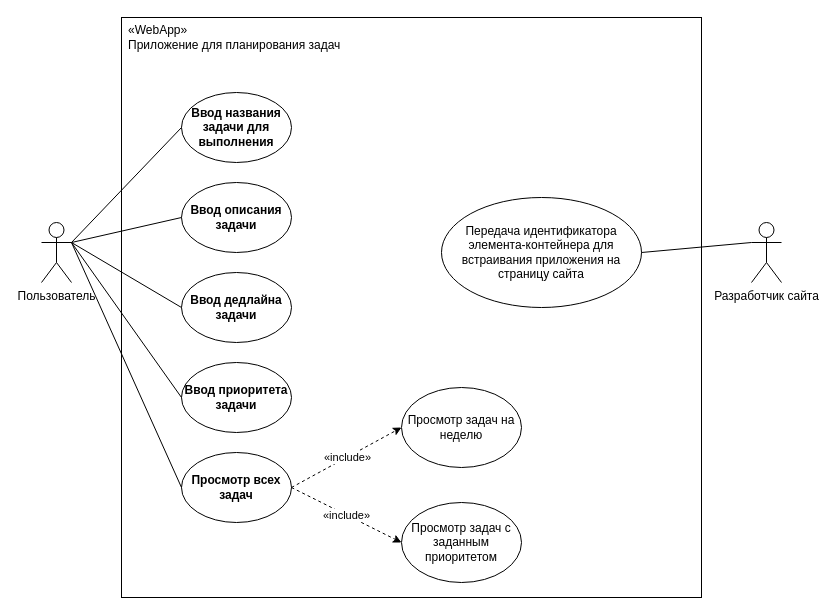
Earlier version of the draw.io diagram ДемковМихаил.drawio (mkdemkov/JS_hw1). Source tidied: cells renumbered, new cells numbered last; positions are measured from the earlier drawing's top-left corner, leaving out a move shared by most shapes. Both pictures are drawn from the tidied source at 100%, with x=0, y=0 at pixel (41, 17).
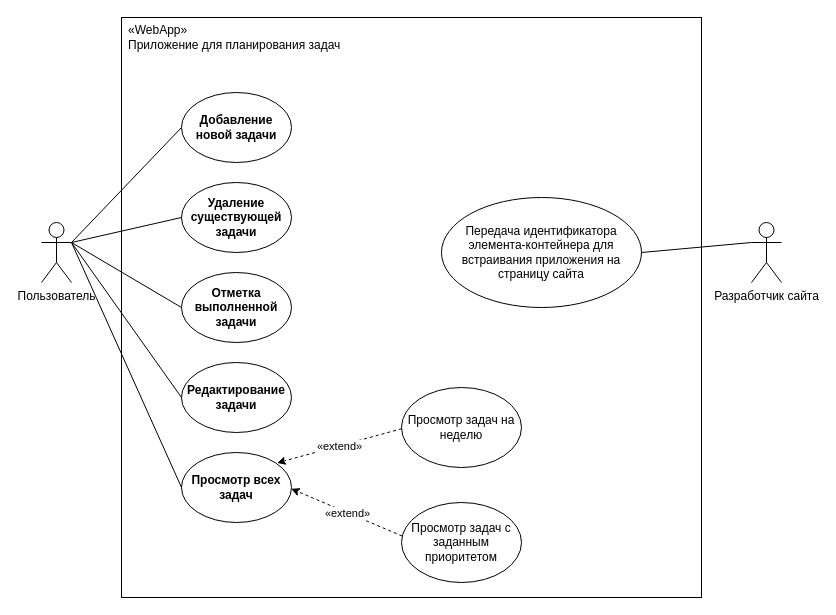
After the change.

The change refers to these unchanged cells:
```xml
<mxCell id="12" value="&lt;b&gt;Просмотр всех задач&lt;/b&gt;" style="ellipse;whiteSpace=wrap;html=1;" parent="1" vertex="1">
  <mxGeometry x="140" y="435" width="110" height="70" as="geometry" />
</mxCell>
<mxCell id="14" value="Просмотр задач на неделю" style="ellipse;whiteSpace=wrap;html=1;" parent="1" vertex="1">
  <mxGeometry x="360" y="370" width="120" height="80" as="geometry" />
</mxCell>
<mxCell id="15" value="Просмотр задач с заданным приоритетом" style="ellipse;whiteSpace=wrap;html=1;" parent="1" vertex="1">
  <mxGeometry x="360" y="485" width="120" height="80" as="geometry" />
</mxCell>
```

What changed in the source:
```diff
@@
-    <mxCell id="4" value="&lt;b&gt;Ввод названия задачи для выполнения&lt;/b&gt;" style="ellipse;whiteSpace=wrap;html=1;" parent="1" vertex="1">
+    <mxCell id="4" value="&lt;b&gt;Добавление новой задачи&lt;/b&gt;" style="ellipse;whiteSpace=wrap;html=1;" parent="1" vertex="1">
       <mxGeometry x="140" y="75" width="110" height="70" as="geometry" />
     </mxCell>
-    <mxCell id="5" value="&lt;b&gt;Ввод описания задачи&lt;/b&gt;" style="ellipse;whiteSpace=wrap;html=1;" parent="1" vertex="1">
+    <mxCell id="5" value="&lt;b&gt;Удаление существующей задачи&lt;/b&gt;" style="ellipse;whiteSpace=wrap;html=1;" parent="1" vertex="1">
       <mxGeometry x="140" y="165" width="110" height="70" as="geometry" />
     </mxCell>
-    <mxCell id="6" value="&lt;b&gt;Ввод дедлайна задачи&lt;/b&gt;" style="ellipse;whiteSpace=wrap;html=1;" parent="1" vertex="1">
+    <mxCell id="6" value="&lt;b&gt;Отметка выполненной задачи&lt;/b&gt;" style="ellipse;whiteSpace=wrap;html=1;" parent="1" vertex="1">
       <mxGeometry x="140" y="255" width="110" height="70" as="geometry" />
     </mxCell>
-    <mxCell id="7" value="&lt;b&gt;Ввод приоритета задачи&lt;/b&gt;" style="ellipse;whiteSpace=wrap;html=1;" parent="1" vertex="1">
+    <mxCell id="7" value="&lt;b&gt;Редактирование задачи&lt;/b&gt;" style="ellipse;whiteSpace=wrap;html=1;" parent="1" vertex="1">
       <mxGeometry x="140" y="345" width="110" height="70" as="geometry" />
     </mxCell>
@@
-    <mxCell id="16" style="endArrow=classic;html=1;rounded=0;exitX=1;exitY=0.5;exitDx=0;exitDy=0;entryX=0;entryY=0.5;entryDx=0;entryDy=0;dashed=1;" parent="1" edge="1" source="12" target="15">
+    <mxCell id="16" style="endArrow=classic;html=1;rounded=0;exitX=0.005;exitY=0.419;exitDx=0;exitDy=0;dashed=1;exitPerimeter=0;entryX=0.997;entryY=0.518;entryDx=0;entryDy=0;entryPerimeter=0;" parent="1" edge="1" source="15" target="12">
       <mxGeometry relative="1" as="geometry" />
     </mxCell>
-    <mxCell id="17" value="«include»" style="edgeLabel;html=1;align=center;verticalAlign=middle;" parent="16" vertex="1">
+    <mxCell id="17" value="«extend»" style="edgeLabel;html=1;align=center;verticalAlign=middle;" parent="16" vertex="1">
       <mxGeometry relative="1" as="geometry" />
     </mxCell>
-    <mxCell id="18" style="endArrow=classic;html=1;rounded=0;exitX=1;exitY=0.5;exitDx=0;exitDy=0;entryX=0;entryY=0.5;entryDx=0;entryDy=0;dashed=1;" parent="1" edge="1" source="12" target="14">
+    <mxCell id="18" style="endArrow=classic;html=1;rounded=0;exitX=0.002;exitY=0.515;exitDx=0;exitDy=0;entryX=0.869;entryY=0.149;entryDx=0;entryDy=0;dashed=1;entryPerimeter=0;exitPerimeter=0;" parent="1" edge="1" source="14" target="12">
       <mxGeometry relative="1" as="geometry" />
     </mxCell>
-    <mxCell id="19" value="«include»" style="edgeLabel;html=1;align=center;verticalAlign=middle;" parent="18" vertex="1">
+    <mxCell id="19" value="«extend»" style="edgeLabel;html=1;align=center;verticalAlign=middle;" parent="18" vertex="1">
       <mxGeometry relative="1" as="geometry" />
     </mxCell>
```
